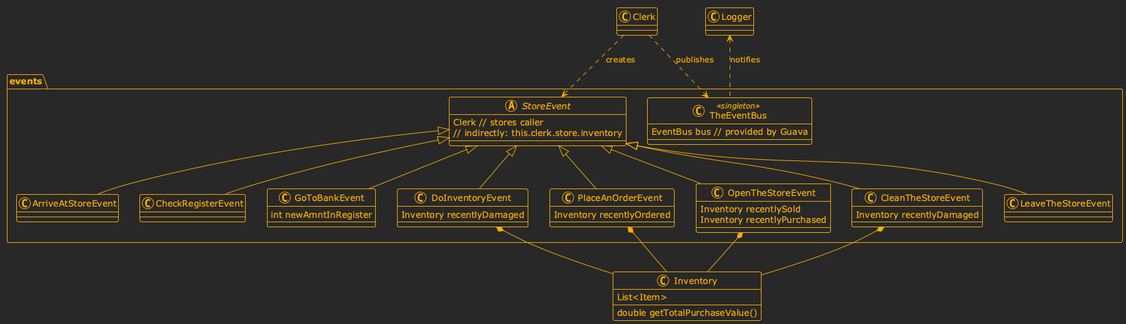
Earlier version of the PlantUML export src/main/java/ooad/project3/assets/eventsUML.png (simondoesstuff/ooad-2025).
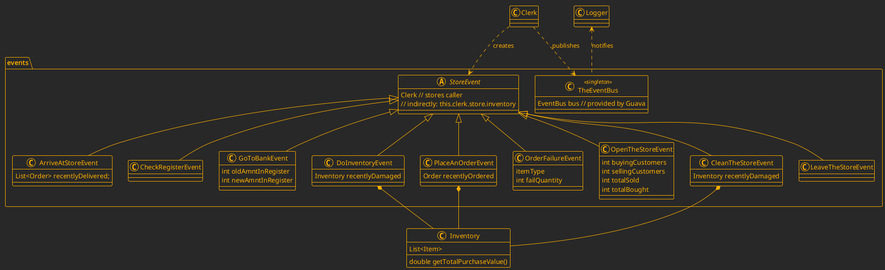
After the commit.

What changed in the source:
```diff
@@ -26,12 +26,14 @@
   }
 
   class ArriveAtStoreEvent extends StoreEvent {
+    List<Order> recentlyDelivered;
   }
 
   class CheckRegisterEvent extends StoreEvent {
   }
 
   class GoToBankEvent extends StoreEvent {
+    int oldAmntInRegister
     int newAmntInRegister
   }
 
@@ -40,12 +42,19 @@
   }
 
   class PlaceAnOrderEvent extends StoreEvent {
-    Inventory recentlyOrdered
+    Order recentlyOrdered
+  }
+
+  class OrderFailureEvent extends StoreEvent {
+    itemType
+    int failQuantity
   }
 
   class OpenTheStoreEvent extends StoreEvent {
-    Inventory recentlySold
-    Inventory recentlyPurchased
+    int buyingCustomers
+    int sellingCustomers
+    int totalSold
+    int totalBought
   }
 
   class CleanTheStoreEvent extends StoreEvent {
@@ -58,7 +67,6 @@
   Clerk ..> TheEventBus : publishes
   DoInventoryEvent *-- Inventory
   PlaceAnOrderEvent *-- Inventory
-  OpenTheStoreEvent *-- Inventory
   CleanTheStoreEvent *-- Inventory
 
 }
```
